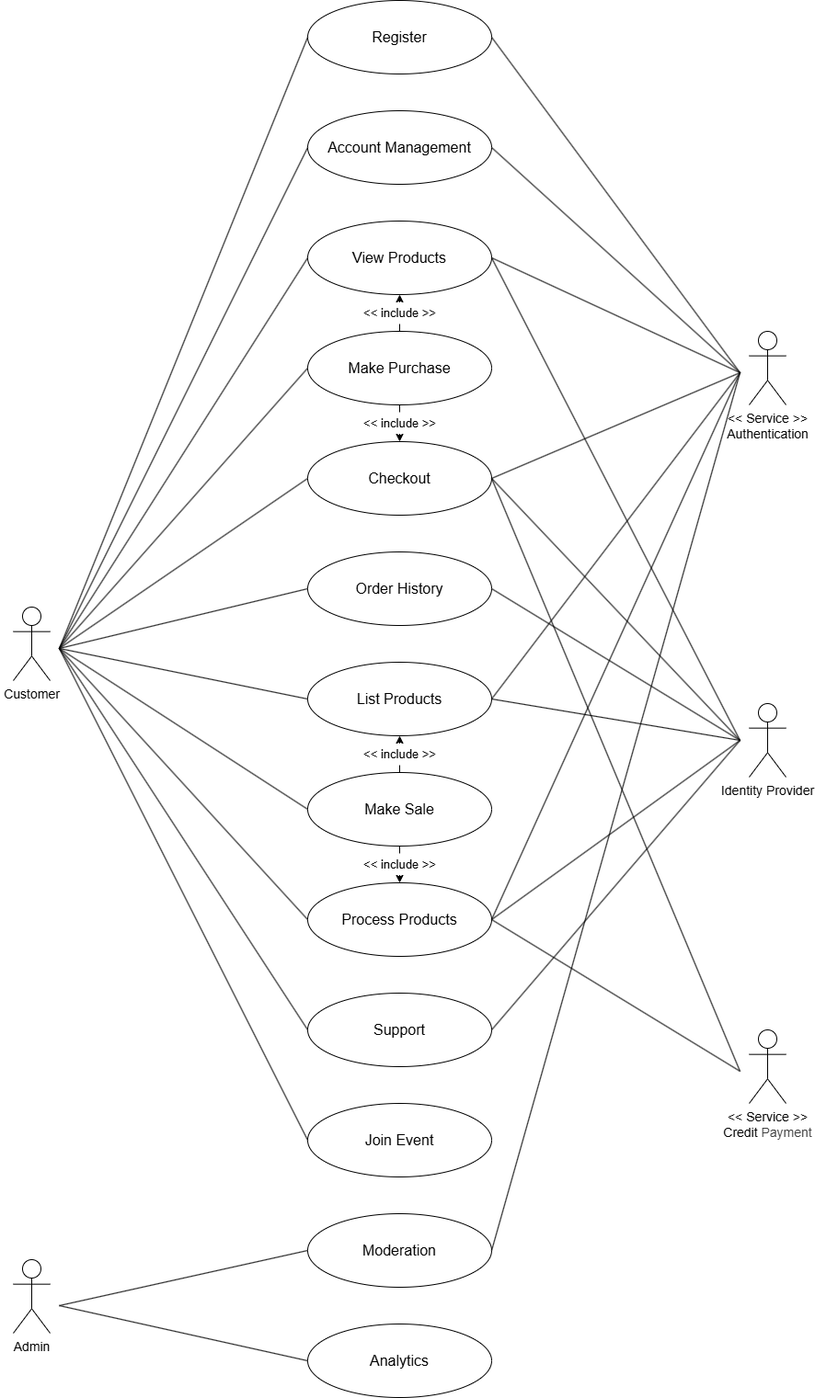
The draw.io diagram docs/usecases/system/system.drawio.png in Thu-sunrise/cloud_computing, before a commit. Source tidied: cells renumbered, new cells last; positions are measured from the earlier drawing's top-left corner, leaving out a move shared by most shapes. The source it was exported from:
```xml
<mxGraphModel>
  <root>
    <mxCell id="0" />
    <mxCell id="1" parent="0" />
    <mxCell id="2" style="rounded=0;whiteSpace=wrap;html=1;shadow=1;opacity=0;" parent="1" vertex="1">
      <mxGeometry y="630" width="60" height="150" as="geometry" />
    </mxCell>
    <mxCell id="3" value="Customer" style="shape=umlActor;verticalLabelPosition=bottom;verticalAlign=top;html=1;fontSize=14;" parent="1" vertex="1">
      <mxGeometry x="10" y="660" width="40" height="80" as="geometry" />
    </mxCell>
    <mxCell id="4" value="View Products" style="ellipse;whiteSpace=wrap;html=1;fontSize=16;" parent="1" vertex="1">
      <mxGeometry x="330" y="240" width="200" height="80" as="geometry" />
    </mxCell>
    <mxCell id="5" value="Make Purchase" style="ellipse;whiteSpace=wrap;html=1;fontSize=16;" parent="1" vertex="1">
      <mxGeometry x="330" y="360" width="200" height="80" as="geometry" />
    </mxCell>
    <mxCell id="6" value="Checkout" style="ellipse;whiteSpace=wrap;html=1;fontSize=16;" parent="1" vertex="1">
      <mxGeometry x="330" y="480" width="200" height="80" as="geometry" />
    </mxCell>
    <mxCell id="7" value="Register" style="ellipse;whiteSpace=wrap;html=1;fontSize=16;" parent="1" vertex="1">
      <mxGeometry x="330" width="200" height="80" as="geometry" />
    </mxCell>
    <mxCell id="8" value="&amp;lt;&amp;lt; include &amp;gt;&amp;gt;" style="endArrow=classic;html=1;exitX=0.5;exitY=0;exitDx=0;exitDy=0;entryX=0.5;entryY=1;entryDx=0;entryDy=0;dashed=1;dashPattern=8 8;fontSize=13;" parent="1" edge="1" source="5" target="4">
      <mxGeometry relative="1" as="geometry" />
    </mxCell>
    <mxCell id="9" value="&amp;lt;&amp;lt; include &amp;gt;&amp;gt;" style="endArrow=classic;html=1;exitX=0.5;exitY=1;exitDx=0;exitDy=0;entryX=0.5;entryY=0;entryDx=0;entryDy=0;dashed=1;dashPattern=8 8;fontSize=13;" parent="1" edge="1" source="5" target="6">
      <mxGeometry relative="1" as="geometry" />
    </mxCell>
    <mxCell id="10" value="&amp;lt;&amp;lt; Service &amp;gt;&amp;gt;&lt;div&gt;Authentication&lt;/div&gt;" style="shape=umlActor;verticalLabelPosition=bottom;verticalAlign=top;html=1;fontSize=14;" parent="1" vertex="1">
      <mxGeometry x="810" y="360" width="40" height="80" as="geometry" />
    </mxCell>
    <mxCell id="11" value="Identity Provider" style="shape=umlActor;verticalLabelPosition=bottom;verticalAlign=top;html=1;fontSize=14;" parent="1" vertex="1">
      <mxGeometry x="810" y="765" width="40" height="80" as="geometry" />
    </mxCell>
    <mxCell id="12" value="&lt;div&gt;&amp;lt;&amp;lt; Service &amp;gt;&amp;gt;&lt;/div&gt;Credit&amp;nbsp;&lt;span style=&quot;color: rgb(63, 63, 63); background-color: transparent;&quot;&gt;Payment&lt;/span&gt;" style="shape=umlActor;verticalLabelPosition=bottom;verticalAlign=top;html=1;fontSize=14;" parent="1" vertex="1">
      <mxGeometry x="810" y="1120" width="40" height="80" as="geometry" />
    </mxCell>
    <mxCell id="13" value="Join Event" style="ellipse;whiteSpace=wrap;html=1;fontSize=16;" parent="1" vertex="1">
      <mxGeometry x="330" y="1200" width="200" height="80" as="geometry" />
    </mxCell>
    <mxCell id="14" value="List Products" style="ellipse;whiteSpace=wrap;html=1;fontSize=16;" parent="1" vertex="1">
      <mxGeometry x="330" y="720" width="200" height="80" as="geometry" />
    </mxCell>
    <mxCell id="15" value="Process Products" style="ellipse;whiteSpace=wrap;html=1;fontSize=16;" parent="1" vertex="1">
      <mxGeometry x="330" y="960" width="200" height="80" as="geometry" />
    </mxCell>
    <mxCell id="16" value="Make Sale" style="ellipse;whiteSpace=wrap;html=1;fontSize=16;" parent="1" vertex="1">
      <mxGeometry x="330" y="840" width="200" height="80" as="geometry" />
    </mxCell>
    <mxCell id="17" value="&amp;lt;&amp;lt; include &amp;gt;&amp;gt;" style="endArrow=classic;html=1;exitX=0.5;exitY=0;exitDx=0;exitDy=0;entryX=0.5;entryY=1;entryDx=0;entryDy=0;dashed=1;dashPattern=8 8;fontSize=13;" parent="1" edge="1" source="16" target="14">
      <mxGeometry relative="1" as="geometry" />
    </mxCell>
    <mxCell id="18" value="&amp;lt;&amp;lt; include &amp;gt;&amp;gt;" style="endArrow=classic;html=1;exitX=0.5;exitY=1;exitDx=0;exitDy=0;entryX=0.5;entryY=0;entryDx=0;entryDy=0;dashed=1;dashPattern=8 8;fontSize=13;" parent="1" edge="1" source="16" target="15">
      <mxGeometry relative="1" as="geometry" />
    </mxCell>
    <mxCell id="19" value="Account Management" style="ellipse;whiteSpace=wrap;html=1;fontSize=16;" parent="1" vertex="1">
      <mxGeometry x="330" y="120" width="200" height="80" as="geometry" />
    </mxCell>
    <mxCell id="20" value="Order History" style="ellipse;whiteSpace=wrap;html=1;fontSize=16;" parent="1" vertex="1">
      <mxGeometry x="330" y="600" width="200" height="80" as="geometry" />
    </mxCell>
    <mxCell id="21" value="Support" style="ellipse;whiteSpace=wrap;html=1;fontSize=16;" parent="1" vertex="1">
      <mxGeometry x="330" y="1080" width="200" height="80" as="geometry" />
    </mxCell>
    <mxCell id="22" value="Moderation" style="ellipse;whiteSpace=wrap;html=1;fontSize=16;" parent="1" vertex="1">
      <mxGeometry x="330" y="1320" width="200" height="80" as="geometry" />
    </mxCell>
    <mxCell id="23" value="Analytics" style="ellipse;whiteSpace=wrap;html=1;fontSize=16;" parent="1" vertex="1">
      <mxGeometry x="330" y="1440" width="200" height="80" as="geometry" />
    </mxCell>
    <mxCell id="24" value="Admin" style="shape=umlActor;verticalLabelPosition=bottom;verticalAlign=top;html=1;fontSize=14;" parent="1" vertex="1">
      <mxGeometry x="10" y="1370" width="40" height="80" as="geometry" />
    </mxCell>
    <mxCell id="25" style="endArrow=none;html=1;exitX=0;exitY=0.5;exitDx=0;exitDy=0;fontSize=14;entryX=1;entryY=0.5;entryDx=0;entryDy=0;" parent="1" edge="1" source="7" target="2">
      <mxGeometry relative="1" as="geometry" />
    </mxCell>
    <mxCell id="26" style="endArrow=none;html=1;exitX=0;exitY=0.5;exitDx=0;exitDy=0;fontSize=14;entryX=1;entryY=0.5;entryDx=0;entryDy=0;" parent="1" edge="1" source="19" target="2">
      <mxGeometry relative="1" as="geometry" />
    </mxCell>
    <mxCell id="27" style="endArrow=none;html=1;exitX=0;exitY=0.5;exitDx=0;exitDy=0;fontSize=14;entryX=1;entryY=0.5;entryDx=0;entryDy=0;" parent="1" edge="1" source="4" target="2">
      <mxGeometry relative="1" as="geometry" />
    </mxCell>
    <mxCell id="28" style="endArrow=none;html=1;exitX=0;exitY=0.5;exitDx=0;exitDy=0;fontSize=14;entryX=1;entryY=0.5;entryDx=0;entryDy=0;" parent="1" edge="1" source="5" target="2">
      <mxGeometry relative="1" as="geometry" />
    </mxCell>
    <mxCell id="29" style="endArrow=none;html=1;exitX=0;exitY=0.5;exitDx=0;exitDy=0;fontSize=14;entryX=1;entryY=0.5;entryDx=0;entryDy=0;" parent="1" edge="1" source="6" target="2">
      <mxGeometry relative="1" as="geometry" />
    </mxCell>
    <mxCell id="30" style="endArrow=none;html=1;exitX=0;exitY=0.5;exitDx=0;exitDy=0;fontSize=14;entryX=1;entryY=0.5;entryDx=0;entryDy=0;" parent="1" edge="1" source="20" target="2">
      <mxGeometry relative="1" as="geometry" />
    </mxCell>
    <mxCell id="31" style="endArrow=none;html=1;exitX=0;exitY=0.5;exitDx=0;exitDy=0;fontSize=14;entryX=1;entryY=0.5;entryDx=0;entryDy=0;" parent="1" edge="1" source="14" target="2">
      <mxGeometry relative="1" as="geometry" />
    </mxCell>
    <mxCell id="32" style="endArrow=none;html=1;exitX=0;exitY=0.5;exitDx=0;exitDy=0;fontSize=14;entryX=1;entryY=0.5;entryDx=0;entryDy=0;" parent="1" edge="1" source="16" target="2">
      <mxGeometry relative="1" as="geometry" />
    </mxCell>
    <mxCell id="33" style="endArrow=none;html=1;exitX=0;exitY=0.5;exitDx=0;exitDy=0;fontSize=14;entryX=1;entryY=0.5;entryDx=0;entryDy=0;" parent="1" edge="1" source="15" target="2">
      <mxGeometry relative="1" as="geometry" />
    </mxCell>
    <mxCell id="34" style="endArrow=none;html=1;exitX=0;exitY=0.5;exitDx=0;exitDy=0;fontSize=14;entryX=1;entryY=0.5;entryDx=0;entryDy=0;" parent="1" edge="1" source="21" target="2">
      <mxGeometry relative="1" as="geometry" />
    </mxCell>
    <mxCell id="35" style="endArrow=none;html=1;exitX=0;exitY=0.5;exitDx=0;exitDy=0;fontSize=14;entryX=1;entryY=0.5;entryDx=0;entryDy=0;" parent="1" edge="1" source="13" target="2">
      <mxGeometry relative="1" as="geometry" />
    </mxCell>
    <mxCell id="36" style="rounded=0;whiteSpace=wrap;html=1;shadow=1;opacity=0;" parent="1" vertex="1">
      <mxGeometry y="1350" width="60" height="140" as="geometry" />
    </mxCell>
    <mxCell id="37" style="endArrow=none;html=1;exitX=1;exitY=0.5;exitDx=0;exitDy=0;entryX=0;entryY=0.5;entryDx=0;entryDy=0;" parent="1" edge="1" source="36" target="22">
      <mxGeometry relative="1" as="geometry" />
    </mxCell>
    <mxCell id="38" style="endArrow=none;html=1;exitX=1;exitY=0.5;exitDx=0;exitDy=0;entryX=0;entryY=0.5;entryDx=0;entryDy=0;" parent="1" edge="1" source="36" target="23">
      <mxGeometry relative="1" as="geometry" />
    </mxCell>
    <mxCell id="39" style="rounded=0;whiteSpace=wrap;html=1;shadow=1;opacity=0;" parent="1" vertex="1">
      <mxGeometry x="800" y="350" width="60" height="110" as="geometry" />
    </mxCell>
    <mxCell id="40" style="endArrow=none;html=1;exitX=1;exitY=0.5;exitDx=0;exitDy=0;entryX=0;entryY=0.5;entryDx=0;entryDy=0;" parent="1" edge="1" source="4" target="39">
      <mxGeometry relative="1" as="geometry" />
    </mxCell>
    <mxCell id="41" style="endArrow=none;html=1;exitX=1;exitY=0.5;exitDx=0;exitDy=0;entryX=0;entryY=0.5;entryDx=0;entryDy=0;" parent="1" edge="1" source="6" target="39">
      <mxGeometry relative="1" as="geometry" />
    </mxCell>
    <mxCell id="42" style="endArrow=none;html=1;exitX=1;exitY=0.5;exitDx=0;exitDy=0;entryX=0;entryY=0.5;entryDx=0;entryDy=0;" parent="1" edge="1" source="19" target="39">
      <mxGeometry relative="1" as="geometry" />
    </mxCell>
    <mxCell id="43" style="endArrow=none;html=1;exitX=1;exitY=0.5;exitDx=0;exitDy=0;entryX=0;entryY=0.5;entryDx=0;entryDy=0;" parent="1" edge="1" source="7" target="39">
      <mxGeometry relative="1" as="geometry" />
    </mxCell>
    <mxCell id="44" style="endArrow=none;html=1;exitX=1;exitY=0.5;exitDx=0;exitDy=0;entryX=0;entryY=0.5;entryDx=0;entryDy=0;" parent="1" edge="1" source="14" target="39">
      <mxGeometry relative="1" as="geometry" />
    </mxCell>
    <mxCell id="45" style="endArrow=none;html=1;exitX=1;exitY=0.5;exitDx=0;exitDy=0;entryX=0;entryY=0.5;entryDx=0;entryDy=0;" parent="1" edge="1" source="15" target="39">
      <mxGeometry relative="1" as="geometry" />
    </mxCell>
    <mxCell id="46" style="endArrow=none;html=1;exitX=1;exitY=0.5;exitDx=0;exitDy=0;entryX=0;entryY=0.5;entryDx=0;entryDy=0;" parent="1" edge="1" source="22" target="39">
      <mxGeometry relative="1" as="geometry" />
    </mxCell>
    <mxCell id="47" style="rounded=0;whiteSpace=wrap;html=1;shadow=1;opacity=0;" parent="1" vertex="1">
      <mxGeometry x="800" y="750" width="60" height="110" as="geometry" />
    </mxCell>
    <mxCell id="48" style="endArrow=none;html=1;exitX=1;exitY=0.5;exitDx=0;exitDy=0;entryX=0;entryY=0.5;entryDx=0;entryDy=0;" parent="1" edge="1" source="4" target="47">
      <mxGeometry relative="1" as="geometry" />
    </mxCell>
    <mxCell id="49" style="endArrow=none;html=1;exitX=1;exitY=0.5;exitDx=0;exitDy=0;entryX=0;entryY=0.5;entryDx=0;entryDy=0;" parent="1" edge="1" source="6" target="47">
      <mxGeometry relative="1" as="geometry" />
    </mxCell>
    <mxCell id="50" style="endArrow=none;html=1;exitX=1;exitY=0.5;exitDx=0;exitDy=0;entryX=0;entryY=0.5;entryDx=0;entryDy=0;" parent="1" edge="1" source="20" target="47">
      <mxGeometry relative="1" as="geometry" />
    </mxCell>
    <mxCell id="51" style="endArrow=none;html=1;exitX=1;exitY=0.5;exitDx=0;exitDy=0;entryX=0;entryY=0.5;entryDx=0;entryDy=0;" parent="1" edge="1" source="14" target="47">
      <mxGeometry relative="1" as="geometry" />
    </mxCell>
    <mxCell id="52" style="endArrow=none;html=1;exitX=1;exitY=0.5;exitDx=0;exitDy=0;entryX=0;entryY=0.5;entryDx=0;entryDy=0;" parent="1" edge="1" source="15" target="47">
      <mxGeometry relative="1" as="geometry" />
    </mxCell>
    <mxCell id="53" style="endArrow=none;html=1;exitX=1;exitY=0.5;exitDx=0;exitDy=0;entryX=0;entryY=0.5;entryDx=0;entryDy=0;" parent="1" edge="1" source="21" target="47">
      <mxGeometry relative="1" as="geometry" />
    </mxCell>
    <mxCell id="54" style="endArrow=none;html=1;exitX=1;exitY=0.5;exitDx=0;exitDy=0;entryX=0;entryY=0.5;entryDx=0;entryDy=0;" parent="1" edge="1" source="15" target="55">
      <mxGeometry relative="1" as="geometry" />
    </mxCell>
    <mxCell id="55" style="rounded=0;whiteSpace=wrap;html=1;shadow=1;opacity=0;" parent="1" vertex="1">
      <mxGeometry x="800" y="1110" width="60" height="110" as="geometry" />
    </mxCell>
    <mxCell id="56" style="endArrow=none;html=1;exitX=0;exitY=0.5;exitDx=0;exitDy=0;entryX=1;entryY=0.5;entryDx=0;entryDy=0;" parent="1" edge="1" source="55" target="6">
      <mxGeometry relative="1" as="geometry" />
    </mxCell>
  </root>
</mxGraphModel>
```
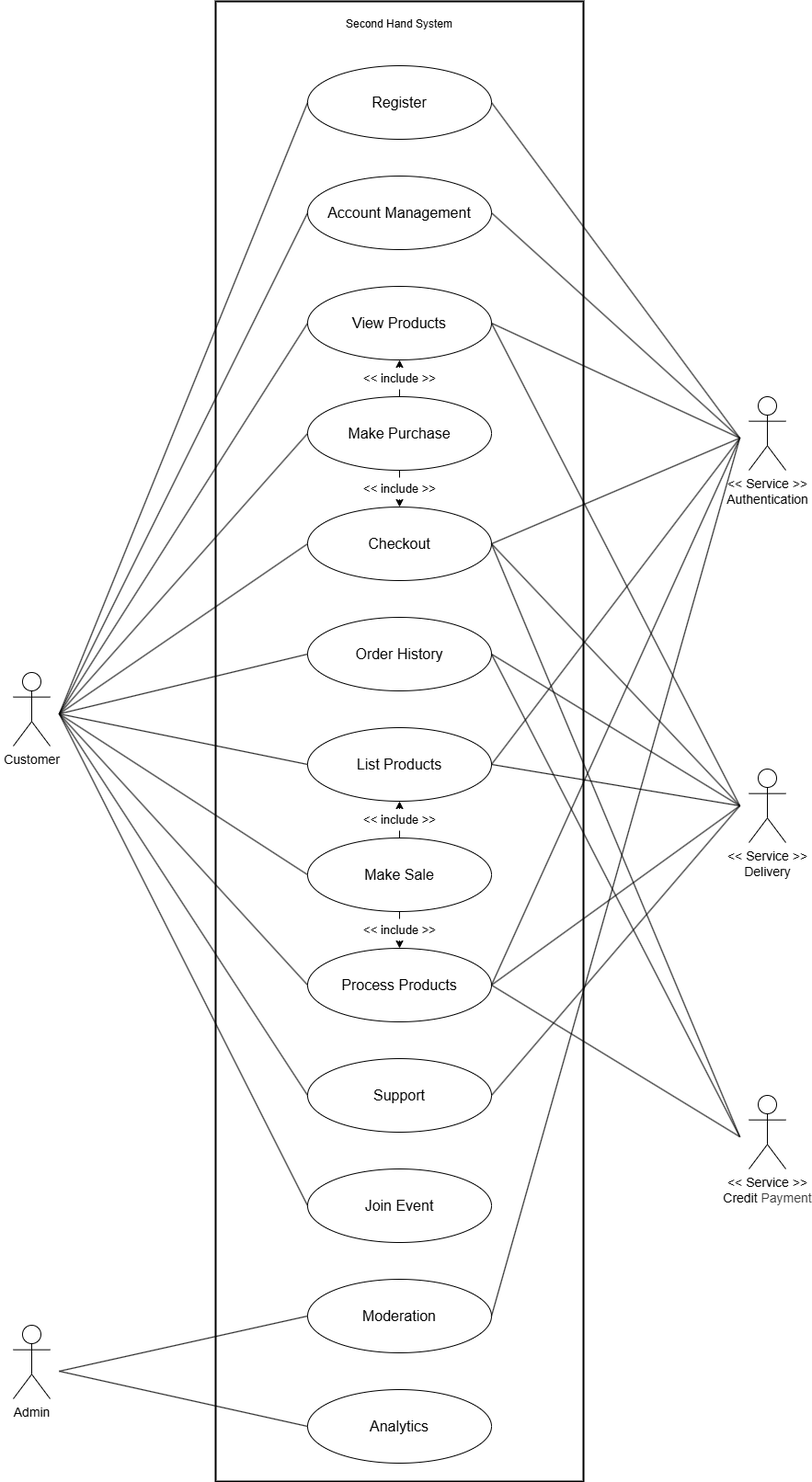
After the commit.

Commit message:
update usecase for the whole system

What changed in the source:
```diff
@@ -2,6 +2,9 @@
   <root>
     <mxCell id="0" />
     <mxCell id="1" parent="0" />
+    <mxCell id="57" style="rounded=0;whiteSpace=wrap;html=1;strokeWidth=2;" parent="1" vertex="1">
+      <mxGeometry x="230" y="-70" width="400" height="1610" as="geometry" />
+    </mxCell>
     <mxCell id="2" style="rounded=0;whiteSpace=wrap;html=1;shadow=1;opacity=0;" parent="1" vertex="1">
       <mxGeometry y="630" width="60" height="150" as="geometry" />
     </mxCell>
@@ -29,7 +32,7 @@
     <mxCell id="10" value="&amp;lt;&amp;lt; Service &amp;gt;&amp;gt;&lt;div&gt;Authentication&lt;/div&gt;" style="shape=umlActor;verticalLabelPosition=bottom;verticalAlign=top;html=1;fontSize=14;" parent="1" vertex="1">
       <mxGeometry x="810" y="360" width="40" height="80" as="geometry" />
     </mxCell>
-    <mxCell id="11" value="Identity Provider" style="shape=umlActor;verticalLabelPosition=bottom;verticalAlign=top;html=1;fontSize=14;" parent="1" vertex="1">
+    <mxCell id="11" value="&amp;lt;&amp;lt; Service &amp;gt;&amp;gt;&lt;div&gt;Delivery&lt;/div&gt;" style="shape=umlActor;verticalLabelPosition=bottom;verticalAlign=top;html=1;fontSize=14;" parent="1" vertex="1">
       <mxGeometry x="810" y="765" width="40" height="80" as="geometry" />
     </mxCell>
     <mxCell id="12" value="&lt;div&gt;&amp;lt;&amp;lt; Service &amp;gt;&amp;gt;&lt;/div&gt;Credit&amp;nbsp;&lt;span style=&quot;color: rgb(63, 63, 63); background-color: transparent;&quot;&gt;Payment&lt;/span&gt;" style="shape=umlActor;verticalLabelPosition=bottom;verticalAlign=top;html=1;fontSize=14;" parent="1" vertex="1">
@@ -167,5 +170,11 @@
     <mxCell id="56" style="endArrow=none;html=1;exitX=0;exitY=0.5;exitDx=0;exitDy=0;entryX=1;entryY=0.5;entryDx=0;entryDy=0;" parent="1" edge="1" source="55" target="6">
       <mxGeometry relative="1" as="geometry" />
     </mxCell>
+    <mxCell id="58" style="endArrow=none;html=1;exitX=0;exitY=0.5;exitDx=0;exitDy=0;entryX=1;entryY=0.5;entryDx=0;entryDy=0;" parent="1" edge="1" source="55" target="20">
+      <mxGeometry relative="1" as="geometry" />
+    </mxCell>
+    <mxCell id="59" value="Second Hand System" style="text;html=1;align=center;verticalAlign=middle;whiteSpace=wrap;rounded=0;" parent="1" vertex="1">
+      <mxGeometry x="270" y="-60" width="320" height="30" as="geometry" />
+    </mxCell>
   </root>
 </mxGraphModel>
```
